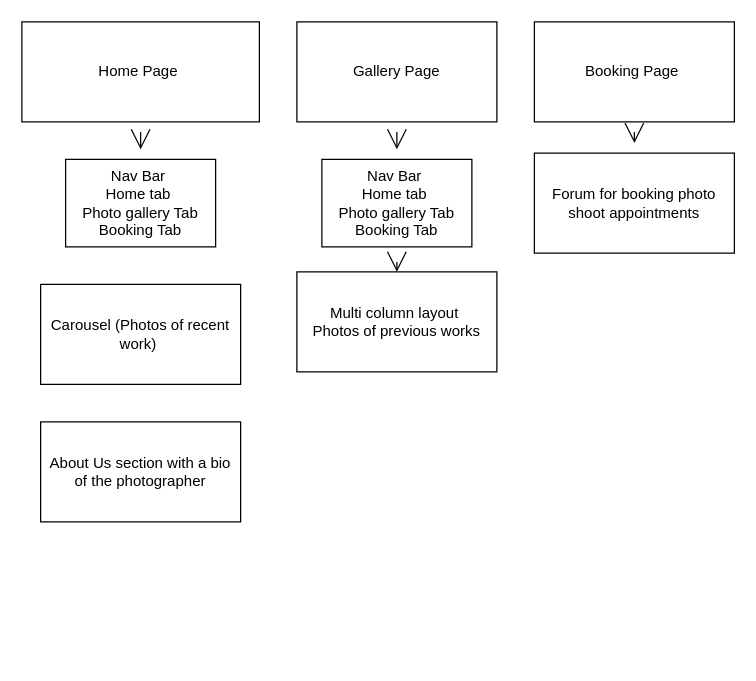
This is Untitled Diagram.drawio from Curtisthethird/project-portfolio, a draw.io file, before an edit. Source tidied: cells renumbered, new cells numbered last; positions are measured from the earlier drawing's top-left corner, leaving out a move shared by most shapes. Both pictures are drawn from the tidied source at 125%, with x=0, y=0 at pixel (21, 21).
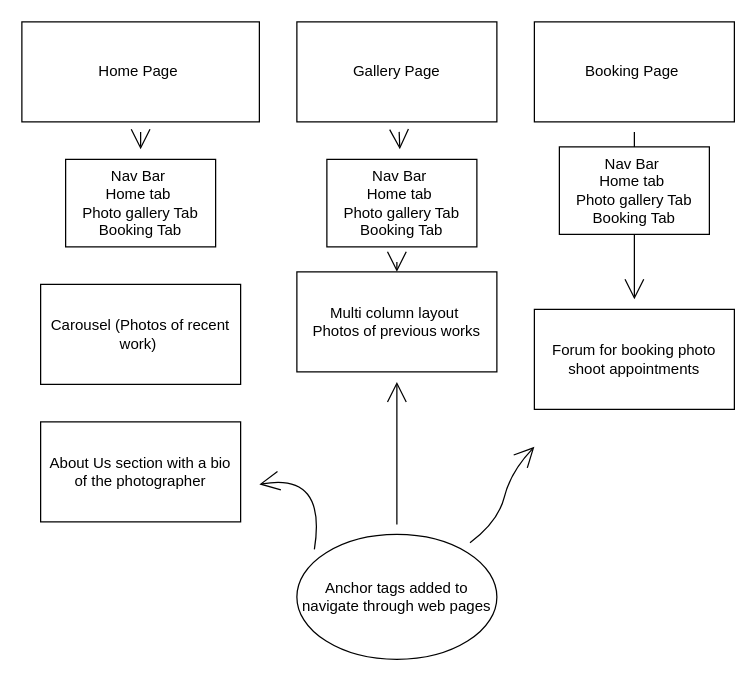
Above is the later version.

Unchanged cells that the change refers to:
```xml
<mxCell id="9" value="Multi column layout&amp;nbsp;&lt;br&gt;Photos of previous works" style="rounded=0;whiteSpace=wrap;html=1;sketch=0;hachureGap=4;" parent="1" vertex="1">
  <mxGeometry x="220" y="200" width="160" height="80" as="geometry" />
</mxCell>
<mxCell id="11" value="Booking Page&amp;nbsp;" style="rounded=0;whiteSpace=wrap;html=1;sketch=0;hachureGap=4;" parent="1" vertex="1">
  <mxGeometry x="410" width="160" height="80" as="geometry" />
</mxCell>
```

What changed in the source:
```diff
@@
     <mxCell id="7" value="Nav Bar&amp;nbsp;&lt;br&gt;Home tab&amp;nbsp;&lt;br&gt;Photo gallery Tab&lt;br&gt;Booking Tab&lt;br&gt;" style="whiteSpace=wrap;html=1;rounded=0;sketch=0;hachureGap=4;" parent="1" vertex="1">
-      <mxGeometry x="240" y="110" width="120" height="70" as="geometry" />
+      <mxGeometry x="244" y="110" width="120" height="70" as="geometry" />
     </mxCell>
@@
-    <mxCell id="10" style="edgeStyle=none;curved=1;rounded=1;sketch=0;jettySize=auto;html=1;endArrow=open;startSize=14;endSize=14;sourcePerimeterSpacing=8;targetPerimeterSpacing=8;" parent="1" edge="1" source="11" target="12">
+    <mxCell id="10" style="edgeStyle=none;curved=1;rounded=1;sketch=0;jettySize=auto;html=1;endArrow=open;startSize=14;endSize=14;targetPerimeterSpacing=8;startArrow=none;" parent="1" edge="1" source="15" target="12">
       <mxGeometry relative="1" as="geometry" />
     </mxCell>
@@
     <mxCell id="12" value="Forum for booking photo shoot appointments" style="rounded=0;whiteSpace=wrap;html=1;sketch=0;hachureGap=4;" parent="1" vertex="1">
-      <mxGeometry x="410" y="105" width="160" height="80" as="geometry" />
+      <mxGeometry x="410" y="230" width="160" height="80" as="geometry" />
     </mxCell>
@@
+    <mxCell id="15" value="Nav Bar&amp;nbsp;&lt;br&gt;Home tab&amp;nbsp;&lt;br&gt;Photo gallery Tab&lt;br&gt;Booking Tab&lt;br&gt;" style="whiteSpace=wrap;html=1;rounded=0;sketch=0;hachureGap=4;" parent="1" vertex="1">
+      <mxGeometry x="430" y="100" width="120" height="70" as="geometry" />
+    </mxCell>
+    <mxCell id="16" style="edgeStyle=none;curved=1;rounded=1;sketch=0;jettySize=auto;html=1;endArrow=none;startSize=14;endSize=14;sourcePerimeterSpacing=8;" parent="1" edge="1" source="11" target="15">
+      <mxGeometry relative="1" as="geometry" />
+    </mxCell>
+    <mxCell id="17" style="edgeStyle=none;curved=1;rounded=1;sketch=0;jettySize=auto;html=1;endArrow=open;startSize=14;endSize=14;sourcePerimeterSpacing=8;targetPerimeterSpacing=8;" parent="1" edge="1" source="18" target="9">
+      <mxGeometry relative="1" as="geometry" />
+    </mxCell>
+    <mxCell id="18" value="Anchor tags added to navigate through web pages" style="ellipse;whiteSpace=wrap;html=1;rounded=0;sketch=0;hachureGap=4;" parent="1" vertex="1">
+      <mxGeometry x="220" y="410" width="160" height="100" as="geometry" />
+    </mxCell>
+    <mxCell id="19" style="edgeStyle=none;curved=1;rounded=1;sketch=0;orthogonalLoop=1;jettySize=auto;html=1;endArrow=open;startSize=14;endSize=14;sourcePerimeterSpacing=8;targetPerimeterSpacing=8;" parent="1" edge="1">
+      <mxGeometry relative="1" as="geometry">
+        <mxPoint x="234" y="422" as="sourcePoint" />
+        <mxPoint x="190" y="370" as="targetPoint" />
+        <Array as="points">
+          <mxPoint x="244" y="360" />
+        </Array>
+      </mxGeometry>
+    </mxCell>
+    <mxCell id="20" style="edgeStyle=none;curved=1;rounded=1;sketch=0;jettySize=auto;html=1;endArrow=open;startSize=14;endSize=14;sourcePerimeterSpacing=8;targetPerimeterSpacing=8;" parent="1" edge="1" source="18">
+      <mxGeometry relative="1" as="geometry">
+        <mxPoint x="410" y="340" as="targetPoint" />
+        <Array as="points">
+          <mxPoint x="381" y="400" />
+          <mxPoint x="391" y="360" />
+        </Array>
+      </mxGeometry>
+    </mxCell>
```
